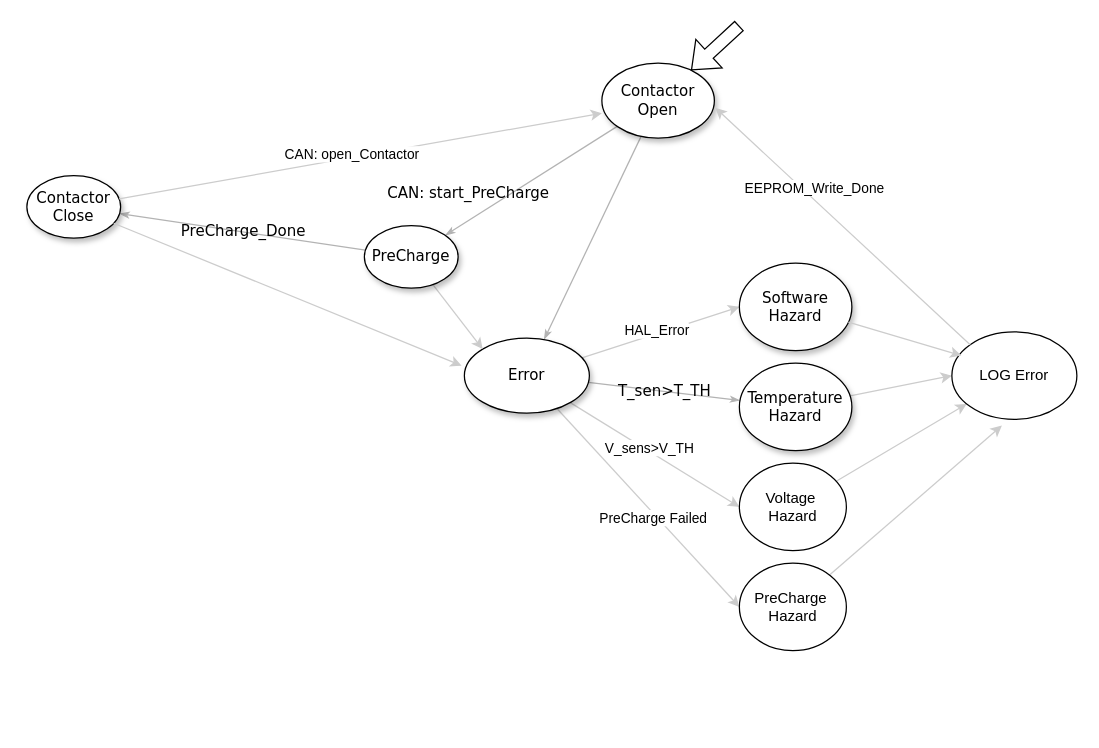
Earlier version of the draw.io diagram ST/EcoMCU/mcuStateMachine.drawio (LeonardoTTI/Precharge_Control). Source tidied: cells renumbered, new cells numbered last; positions are measured from the earlier drawing's top-left corner, leaving out a move shared by most shapes. Both pictures are drawn from the tidied source at 125%, with x=0, y=0 at pixel (26, 25).
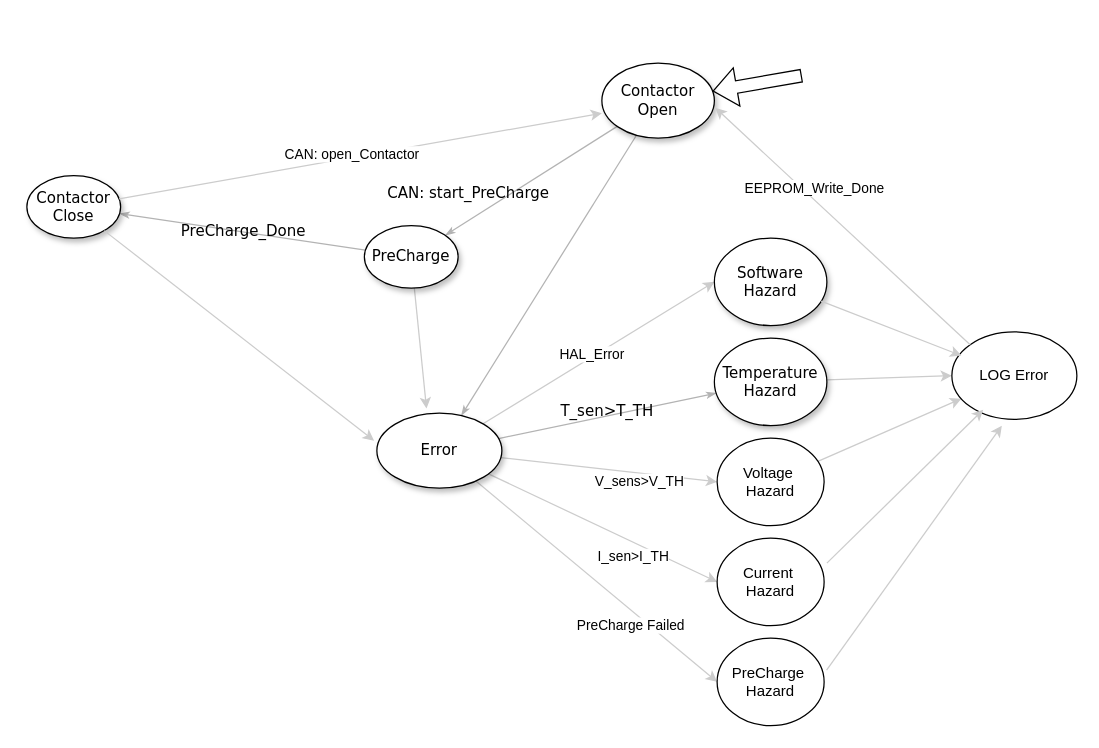
After the change.

Unchanged cells that the change refers to:
```xml
<mxCell id="4" value="Contactor Open" style="ellipse;whiteSpace=wrap;html=1;rounded=0;shadow=1;comic=0;labelBackgroundColor=none;strokeWidth=1;fontFamily=Verdana;fontSize=12;align=center;" parent="1" vertex="1">
  <mxGeometry x="460" y="30" width="90" height="60" as="geometry" />
</mxCell>
<mxCell id="8" style="rounded=0;jettySize=auto;html=1;entryX=0;entryY=0.5;entryDx=0;entryDy=0;strokeColor=#CCCCCC;" parent="1" edge="1" source="12" target="23">
  <mxGeometry relative="1" as="geometry" />
</mxCell>
<mxCell id="10" style="rounded=0;jettySize=auto;html=1;entryX=0;entryY=0.5;entryDx=0;entryDy=0;strokeColor=#CCCCCC;" parent="1" edge="1" source="12" target="31">
  <mxGeometry relative="1" as="geometry" />
</mxCell>
<mxCell id="18" value="PreCharge" style="ellipse;whiteSpace=wrap;html=1;rounded=0;shadow=1;comic=0;labelBackgroundColor=none;strokeWidth=1;fontFamily=Verdana;fontSize=12;align=center;" parent="1" vertex="1">
  <mxGeometry x="270" y="160" width="75" height="50" as="geometry" />
</mxCell>
<mxCell id="26" value="LOG Error" style="ellipse;whiteSpace=wrap;html=1;" parent="1" vertex="1">
  <mxGeometry x="740" y="245" width="100" height="70" as="geometry" />
</mxCell>
```

What changed in the source:
```diff
@@
     <mxCell id="5" value="T_sen&amp;gt;T_TH" style="edgeStyle=none;rounded=1;html=1;labelBackgroundColor=none;startArrow=none;startFill=0;startSize=5;endArrow=classicThin;endFill=1;endSize=5;jettySize=auto;strokeColor=#B3B3B3;strokeWidth=1;fontFamily=Verdana;fontSize=12;" parent="1" edge="1" source="12" target="15">
-      <mxGeometry relative="1" as="geometry" />
+      <mxGeometry y="3" relative="1" as="geometry" />
     </mxCell>
@@
     <mxCell id="9" value="V_sens&amp;gt;V_TH" style="edgeLabel;html=1;align=center;verticalAlign=middle;" parent="8" vertex="1">
-      <mxGeometry x="-0.09" y="2" relative="1" as="geometry" />
+      <mxGeometry x="-0.09" y="2" relative="1" as="geometry">
+        <mxPoint x="32" y="12" as="offset" />
+      </mxGeometry>
     </mxCell>
@@
     <mxCell id="11" value="PreCharge Failed" style="edgeLabel;html=1;align=center;verticalAlign=middle;" parent="10" vertex="1">
-      <mxGeometry x="0.08" y="-3" relative="1" as="geometry" />
+      <mxGeometry x="0.08" y="-3" relative="1" as="geometry">
+        <mxPoint x="21" y="26" as="offset" />
+      </mxGeometry>
     </mxCell>
+    <mxCell id="32" style="rounded=0;jettySize=auto;html=1;entryX=0;entryY=0.5;entryDx=0;entryDy=0;strokeColor=#CCCCCC;" parent="1" edge="1" source="12" target="34">
+      <mxGeometry relative="1" as="geometry" />
+    </mxCell>
+    <mxCell id="33" value="I_sen&amp;gt;I_TH" style="edgeLabel;html=1;align=center;verticalAlign=middle;" parent="32" vertex="1">
+      <mxGeometry x="0.06" y="-1" relative="1" as="geometry">
+        <mxPoint x="19" y="19" as="offset" />
+      </mxGeometry>
+    </mxCell>
     <mxCell id="12" value="&lt;span&gt;Error&lt;/span&gt;" style="ellipse;whiteSpace=wrap;html=1;rounded=0;shadow=1;comic=0;labelBackgroundColor=none;strokeWidth=1;fontFamily=Verdana;fontSize=12;align=center;" parent="1" vertex="1">
-      <mxGeometry x="350" y="250" width="100" height="60" as="geometry" />
+      <mxGeometry x="280" y="310" width="100" height="60" as="geometry" />
     </mxCell>
     <mxCell id="13" value="Software&lt;div&gt;Hazard&lt;/div&gt;" style="ellipse;whiteSpace=wrap;html=1;rounded=0;shadow=1;comic=0;labelBackgroundColor=none;strokeWidth=1;fontFamily=Verdana;fontSize=12;align=center;" parent="1" vertex="1">
-      <mxGeometry x="570" y="190" width="90" height="70" as="geometry" />
+      <mxGeometry x="550" y="170" width="90" height="70" as="geometry" />
     </mxCell>
@@
     <mxCell id="15" value="&lt;span&gt;Temperature Hazard&lt;/span&gt;" style="ellipse;whiteSpace=wrap;html=1;rounded=0;shadow=1;comic=0;labelBackgroundColor=none;strokeWidth=1;fontFamily=Verdana;fontSize=12;align=center;" parent="1" vertex="1">
-      <mxGeometry x="570" y="270" width="90" height="70" as="geometry" />
+      <mxGeometry x="550" y="250" width="90" height="70" as="geometry" />
     </mxCell>
@@
-    <mxCell id="17" style="rounded=0;jettySize=auto;html=1;entryX=0;entryY=0;entryDx=0;entryDy=0;curved=0;strokeColor=#CCCCCC;" parent="1" edge="1" source="18" target="12">
+    <mxCell id="17" style="rounded=0;jettySize=auto;html=1;curved=0;strokeColor=#CCCCCC;entryX=0.397;entryY=-0.061;entryDx=0;entryDy=0;entryPerimeter=0;" parent="1" edge="1" source="18" target="12">
       <mxGeometry relative="1" as="geometry" />
     </mxCell>
@@
     <mxCell id="20" style="shape=flexArrow;endArrow=classic;html=1;rounded=0;" parent="1" edge="1" target="4">
       <mxGeometry relative="1" as="geometry">
-        <mxPoint x="570" as="sourcePoint" />
+        <mxPoint x="620" y="40" as="sourcePoint" />
       </mxGeometry>
     </mxCell>
@@
     <mxCell id="23" value="Voltage&amp;nbsp;&lt;div&gt;Hazard&lt;/div&gt;" style="ellipse;whiteSpace=wrap;html=1;" parent="1" vertex="1">
-      <mxGeometry x="570" y="350" width="85.6" height="70" as="geometry" />
+      <mxGeometry x="552.2" y="330" width="85.6" height="70" as="geometry" />
     </mxCell>
@@
-    <mxCell id="30" style="rounded=0;jettySize=auto;html=1;strokeColor=#CCCCCC;" parent="1" edge="1" source="31">
+    <mxCell id="30" style="rounded=0;jettySize=auto;html=1;strokeColor=#CCCCCC;exitX=1.023;exitY=0.366;exitDx=0;exitDy=0;exitPerimeter=0;" parent="1" edge="1" source="31">
       <mxGeometry relative="1" as="geometry">
         <mxPoint x="780" y="320" as="targetPoint" />
       </mxGeometry>
     </mxCell>
     <mxCell id="31" value="PreCharge&amp;nbsp;&lt;div&gt;Hazard&lt;/div&gt;" style="ellipse;whiteSpace=wrap;html=1;" parent="1" vertex="1">
-      <mxGeometry x="570" y="430" width="85.6" height="70" as="geometry" />
+      <mxGeometry x="552.2" y="490" width="85.6" height="70" as="geometry" />
     </mxCell>
+    <mxCell id="34" value="&lt;div&gt;Current&amp;nbsp;&lt;/div&gt;&lt;div&gt;Hazard&lt;/div&gt;" style="ellipse;whiteSpace=wrap;html=1;" parent="1" vertex="1">
+      <mxGeometry x="552.2" y="410" width="85.6" height="70" as="geometry" />
+    </mxCell>
+    <mxCell id="35" style="rounded=0;jettySize=auto;html=1;entryX=0.251;entryY=0.889;entryDx=0;entryDy=0;entryPerimeter=0;strokeColor=#CCCCCC;" parent="1" edge="1" target="26">
+      <mxGeometry relative="1" as="geometry">
+        <mxPoint x="640" y="430" as="sourcePoint" />
+      </mxGeometry>
+    </mxCell>
```
